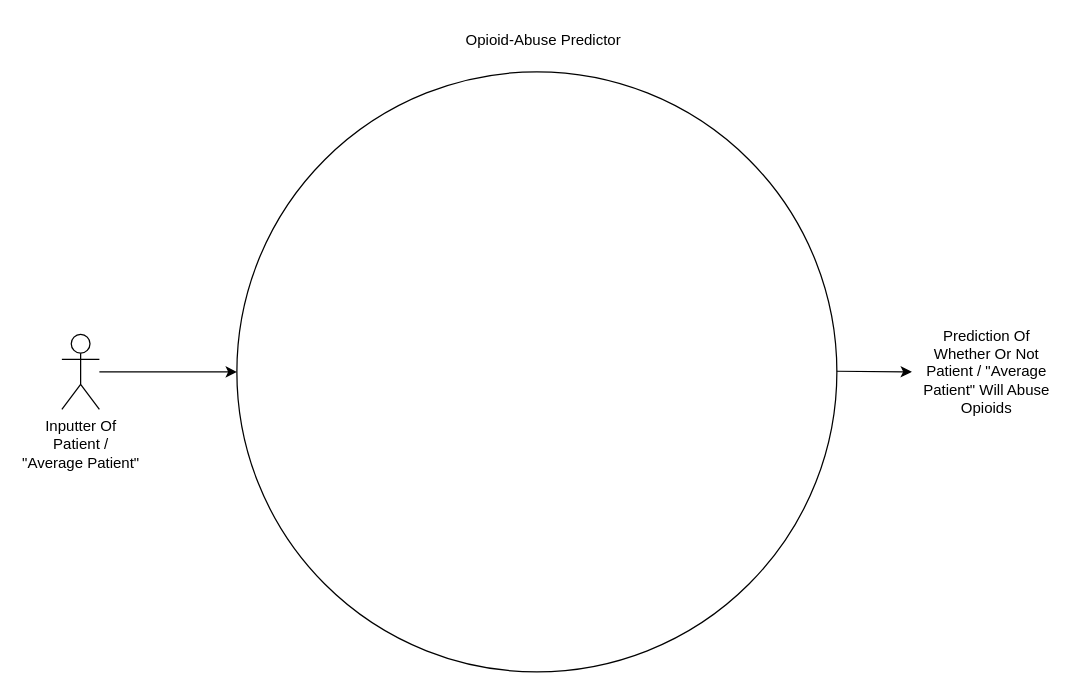
The draw.io diagram System_Analysis/System_Diagram.drawio in tslever/Opioid_Abuse_Predictor, before the edit. Source tidied: cells renumbered, new cells numbered last; positions are measured from the earlier drawing's top-left corner, leaving out a move shared by most shapes. Both pictures are drawn from the tidied source at 125%, with x=0, y=0 at pixel (61, 21).
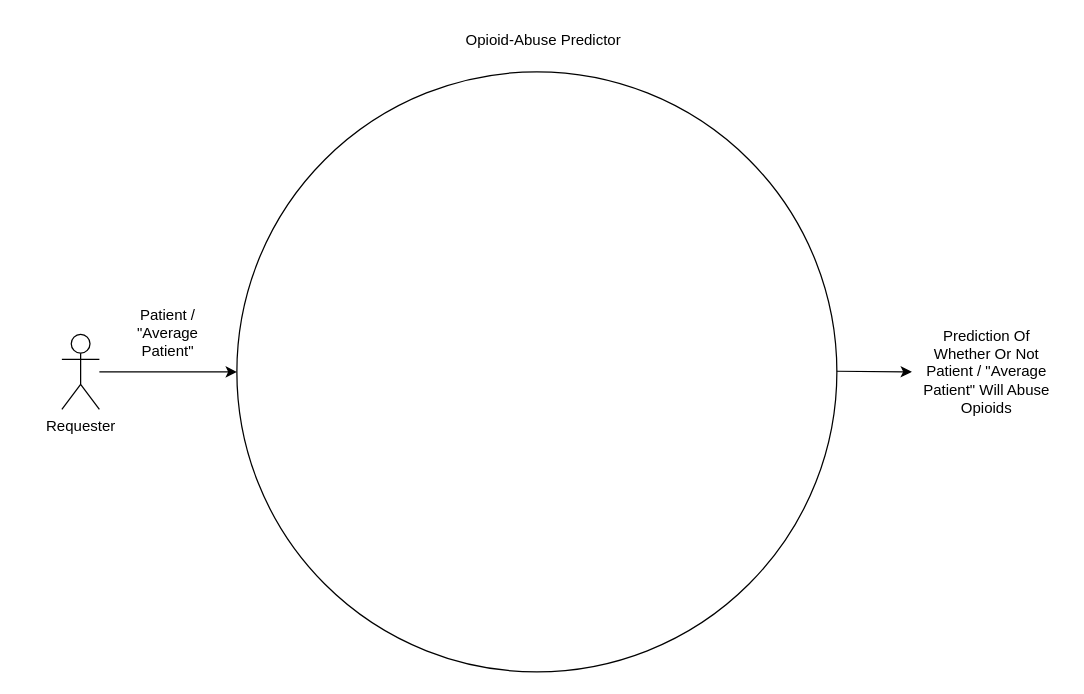
The same diagram, later.

Commit message:
Changed actor to Requester and added input Patient / "Average Patient"

Diff of the diagram source:
```diff
@@
 <mxGraphModel>
   <root>
     <mxCell id="0" />
     <mxCell id="1" parent="0" />
     <mxCell id="2" style="ellipse;whiteSpace=wrap;html=1;" parent="1" vertex="1">
       <mxGeometry x="140" y="40" width="480" height="480" as="geometry" />
     </mxCell>
     <mxCell id="3" value="Opioid-Abuse Predictor" style="text;html=1;strokeColor=none;fillColor=none;align=center;verticalAlign=middle;whiteSpace=wrap;rounded=0;" parent="1" vertex="1">
       <mxGeometry x="318" width="135" height="30" as="geometry" />
     </mxCell>
-    <mxCell id="4" value="Inputter Of&lt;br&gt;Patient /&lt;br&gt;&quot;Average Patient&quot;" style="shape=umlActor;verticalLabelPosition=bottom;verticalAlign=top;html=1;outlineConnect=0;" parent="1" vertex="1">
+    <mxCell id="4" value="Requester" style="shape=umlActor;verticalLabelPosition=bottom;verticalAlign=top;html=1;outlineConnect=0;" parent="1" vertex="1">
       <mxGeometry y="250" width="30" height="60" as="geometry" />
     </mxCell>
     <mxCell id="5" style="endArrow=classic;html=1;rounded=0;entryX=0;entryY=0.5;entryDx=0;entryDy=0;" parent="1" edge="1" source="4" target="2">
       <mxGeometry relative="1" as="geometry" />
     </mxCell>
     <mxCell id="6" style="endArrow=classic;html=1;rounded=0;" parent="1" edge="1">
       <mxGeometry relative="1" as="geometry">
         <mxPoint x="620" y="279.5" as="sourcePoint" />
         <mxPoint x="680" y="280" as="targetPoint" />
       </mxGeometry>
     </mxCell>
     <mxCell id="7" value="Prediction Of Whether Or Not Patient / &quot;Average Patient&quot; Will Abuse Opioids" style="text;html=1;strokeColor=none;fillColor=none;align=center;verticalAlign=middle;whiteSpace=wrap;rounded=0;" parent="1" vertex="1">
       <mxGeometry x="680" y="237.5" width="120" height="85" as="geometry" />
     </mxCell>
+    <mxCell id="8" value="Patient / &quot;Average Patient&quot;" style="text;html=1;strokeColor=none;fillColor=none;align=center;verticalAlign=middle;whiteSpace=wrap;rounded=0;" parent="1" vertex="1">
+      <mxGeometry x="40" y="220" width="90" height="57.5" as="geometry" />
+    </mxCell>
   </root>
 </mxGraphModel>
```
